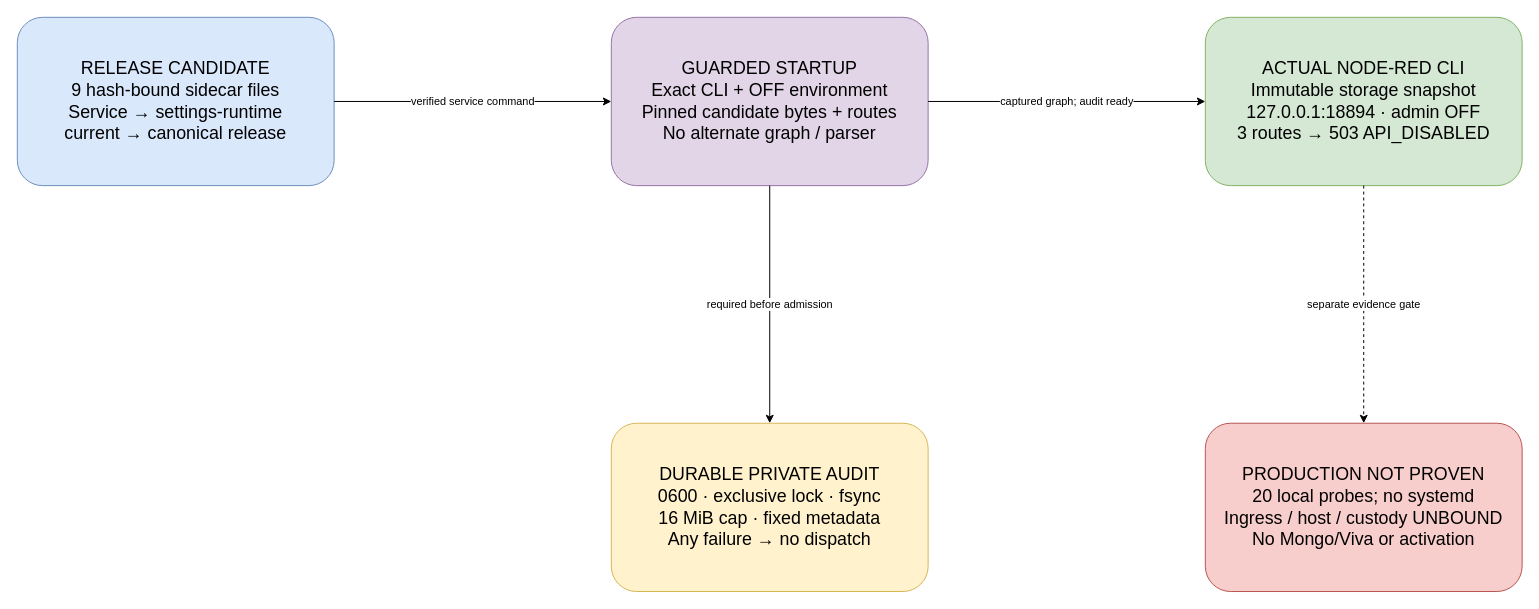
Earlier version of the draw.io diagram page "Guarded release startup" (3 of 8) of docs/assets/partner-game-membership-ingress-evidence.drawio (Z6v6e6r/lk). Source tidied: cells renumbered, new cells numbered last; positions are measured from the earlier drawing's top-left corner, leaving out a move shared by most shapes. Both pictures are drawn from the tidied source at 99%, with x=0, y=0 at pixel (17, 17).
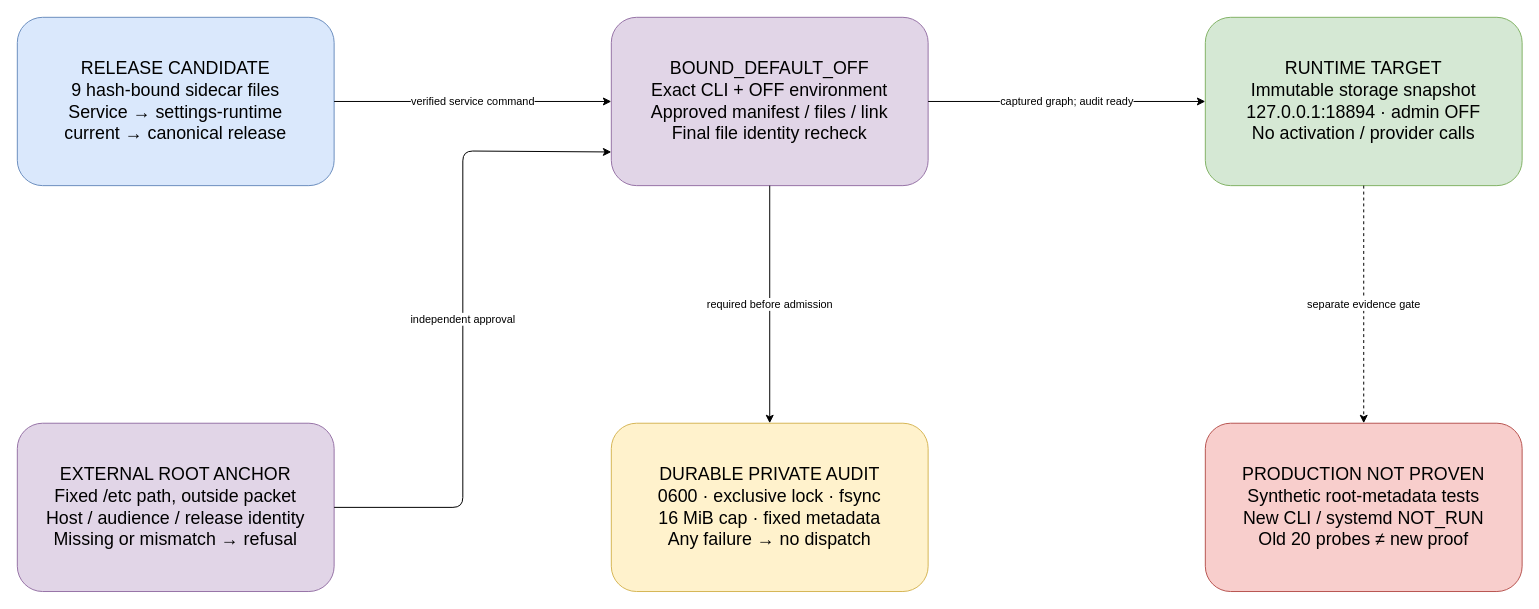
The same page after the edit.

Commit message (it also covers changes not shown here):
feat(partner): bind default-off startup to independent root approval

Change to the diagram source:
```diff
@@
 <mxGraphModel>
   <root>
     <mxCell id="0" />
     <mxCell id="1" parent="0" />
     <mxCell id="2" value="RELEASE CANDIDATE&#10;9 hash-bound sidecar files&#10;Service → settings-runtime&#10;current → canonical release" style="rounded=1;whiteSpace=wrap;html=1;fillColor=#dae8fc;strokeColor=#6c8ebf;fontSize=18;spacing=14;" parent="1" vertex="1">
       <mxGeometry width="320" height="170" as="geometry" />
     </mxCell>
-    <mxCell id="3" value="GUARDED STARTUP&#10;Exact CLI + OFF environment&#10;Pinned candidate bytes + routes&#10;No alternate graph / parser" style="rounded=1;whiteSpace=wrap;html=1;fillColor=#e1d5e7;strokeColor=#9673a6;fontSize=18;spacing=14;" parent="1" vertex="1">
+    <mxCell id="3" value="BOUND_DEFAULT_OFF&#10;Exact CLI + OFF environment&#10;Approved manifest / files / link&#10;Final file identity recheck" style="rounded=1;whiteSpace=wrap;html=1;fillColor=#e1d5e7;strokeColor=#9673a6;fontSize=18;spacing=14;" parent="1" vertex="1">
       <mxGeometry x="600" width="320" height="170" as="geometry" />
     </mxCell>
-    <mxCell id="4" value="ACTUAL NODE-RED CLI&#10;Immutable storage snapshot&#10;127.0.0.1:18894 · admin OFF&#10;3 routes → 503 API_DISABLED" style="rounded=1;whiteSpace=wrap;html=1;fillColor=#d5e8d4;strokeColor=#82b366;fontSize=18;spacing=14;" parent="1" vertex="1">
+    <mxCell id="4" value="RUNTIME TARGET&#10;Immutable storage snapshot&#10;127.0.0.1:18894 · admin OFF&#10;No activation / provider calls" style="rounded=1;whiteSpace=wrap;html=1;fillColor=#d5e8d4;strokeColor=#82b366;fontSize=18;spacing=14;" parent="1" vertex="1">
       <mxGeometry x="1200" width="320" height="170" as="geometry" />
     </mxCell>
     <mxCell id="5" value="DURABLE PRIVATE AUDIT&#10;0600 · exclusive lock · fsync&#10;16 MiB cap · fixed metadata&#10;Any failure → no dispatch" style="rounded=1;whiteSpace=wrap;html=1;fillColor=#fff2cc;strokeColor=#d6b656;fontSize=18;spacing=14;" parent="1" vertex="1">
       <mxGeometry x="600" y="410" width="320" height="170" as="geometry" />
     </mxCell>
-    <mxCell id="6" value="PRODUCTION NOT PROVEN&#10;20 local probes; no systemd&#10;Ingress / host / custody UNBOUND&#10;No Mongo/Viva or activation" style="rounded=1;whiteSpace=wrap;html=1;fillColor=#f8cecc;strokeColor=#b85450;fontSize=18;spacing=14;" parent="1" vertex="1">
+    <mxCell id="6" value="PRODUCTION NOT PROVEN&#10;Synthetic root-metadata tests&#10;New CLI / systemd NOT_RUN&#10;Old 20 probes ≠ new proof" style="rounded=1;whiteSpace=wrap;html=1;fillColor=#f8cecc;strokeColor=#b85450;fontSize=18;spacing=14;" parent="1" vertex="1">
       <mxGeometry x="1200" y="410" width="320" height="170" as="geometry" />
     </mxCell>
     <mxCell id="7" value="verified service command" style="edgeStyle=orthogonalEdgeStyle;rounded=1;jettySize=auto;html=1;exitX=1;exitY=0.5;entryX=0;entryY=0.5;" parent="1" edge="1" source="2" target="3">
       <mxGeometry relative="1" as="geometry" />
     </mxCell>
     <mxCell id="8" value="captured graph; audit ready" style="edgeStyle=orthogonalEdgeStyle;rounded=1;jettySize=auto;html=1;exitX=1;exitY=0.5;entryX=0;entryY=0.5;" parent="1" edge="1" source="3" target="4">
       <mxGeometry relative="1" as="geometry" />
     </mxCell>
     <mxCell id="9" value="required before admission" style="edgeStyle=orthogonalEdgeStyle;rounded=1;jettySize=auto;html=1;exitX=0.5;exitY=1;entryX=0.5;entryY=0;" parent="1" edge="1" source="3" target="5">
       <mxGeometry relative="1" as="geometry" />
     </mxCell>
     <mxCell id="10" value="separate evidence gate" style="edgeStyle=orthogonalEdgeStyle;rounded=1;jettySize=auto;html=1;dashed=1;exitX=0.5;exitY=1;entryX=0.5;entryY=0;" parent="1" edge="1" source="4" target="6">
       <mxGeometry relative="1" as="geometry" />
     </mxCell>
+    <mxCell id="11" value="EXTERNAL ROOT ANCHOR&#10;Fixed /etc path, outside packet&#10;Host / audience / release identity&#10;Missing or mismatch → refusal" style="rounded=1;whiteSpace=wrap;html=1;fillColor=#e1d5e7;strokeColor=#9673a6;fontSize=18;spacing=14;" parent="1" vertex="1">
+      <mxGeometry y="410" width="320" height="170" as="geometry" />
+    </mxCell>
+    <mxCell id="12" value="independent approval" style="edgeStyle=orthogonalEdgeStyle;rounded=1;jettySize=auto;html=1;exitX=1;exitY=0.5;entryX=0;entryY=0.8;" parent="1" edge="1" source="11" target="3">
+      <mxGeometry relative="1" as="geometry">
+        <Array as="points">
+          <mxPoint x="450" y="495" />
+          <mxPoint x="450" y="135" />
+        </Array>
+      </mxGeometry>
+    </mxCell>
   </root>
 </mxGraphModel>
```
